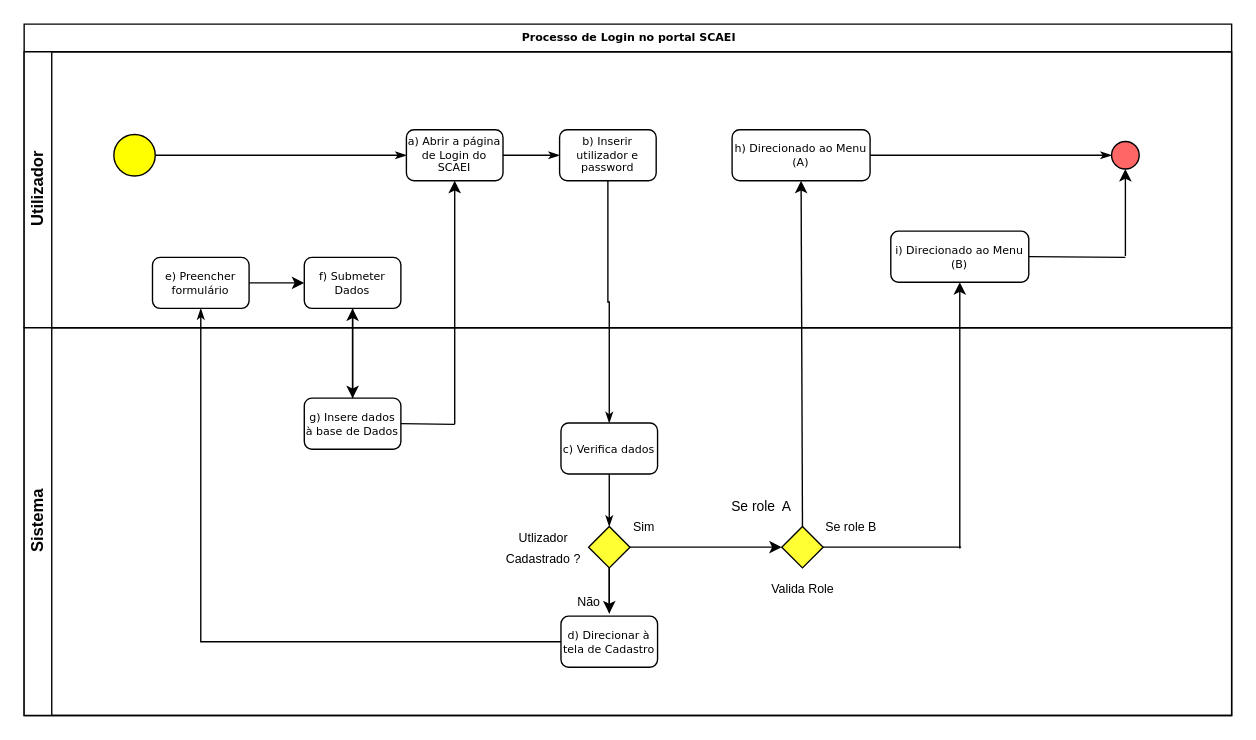
Earlier version of the draw.io diagram Images/Fluxo Login no portal SCAEI.drawio (Josemyr1993/JavaProject). Source tidied: cells renumbered, new cells numbered last; positions are measured from the earlier drawing's top-left corner, leaving out a move shared by most shapes. Both pictures are drawn from the tidied source at 138%, with x=0, y=0 at pixel (23, 23).
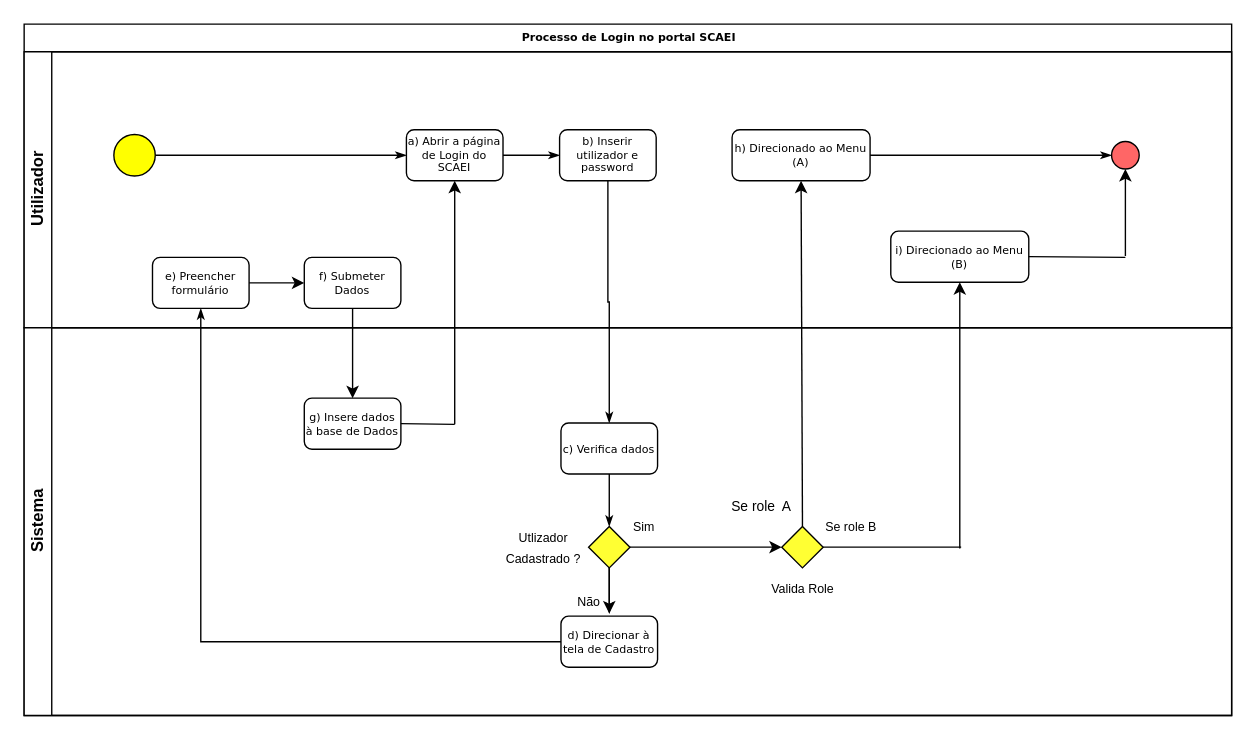
The same page after the edit.

Unchanged cells that the change refers to:
```xml
<mxCell id="2" value="Processo de Login no portal SCAEI" style="swimlane;html=1;horizontal=1;startSize=20;rounded=0;shadow=0;labelBackgroundColor=none;strokeWidth=1;fontFamily=Verdana;fontSize=8;align=center;" parent="1" vertex="1">
  <mxGeometry width="875" height="501" as="geometry" />
</mxCell>
<mxCell id="15" value="f) Submeter Dados" style="rounded=1;whiteSpace=wrap;html=1;shadow=0;labelBackgroundColor=none;strokeWidth=1;fontFamily=Verdana;fontSize=8;align=center;" parent="3" vertex="1">
  <mxGeometry x="203" y="149" width="70" height="37" as="geometry" />
</mxCell>
<mxCell id="36" value="g) Insere dados à base de Dados" style="rounded=1;whiteSpace=wrap;html=1;shadow=0;labelBackgroundColor=none;strokeWidth=1;fontFamily=Verdana;fontSize=8;align=center;" parent="20" vertex="1">
  <mxGeometry x="203" y="51" width="70" height="37" as="geometry" />
</mxCell>
```

Change to the diagram source:
```diff
@@
-    <mxCell id="37" style="edgeStyle=orthogonalEdgeStyle;rounded=0;jettySize=auto;html=1;" parent="2" edge="1" source="36" target="15">
-      <mxGeometry relative="1" as="geometry" />
-    </mxCell>
+    <mxCell id="45" style="endArrow=classic;html=1;rounded=0;exitX=0.5;exitY=1;exitDx=0;exitDy=0;entryX=0.5;entryY=0;entryDx=0;entryDy=0;" parent="2" edge="1" source="15" target="36">
+      <mxGeometry relative="1" as="geometry" />
+    </mxCell>
@@
-    <mxCell id="42" style="endArrow=classic;html=1;rounded=0;exitX=0.5;exitY=1;exitDx=0;exitDy=0;" parent="1" edge="1" source="15">
-      <mxGeometry relative="1" as="geometry">
-        <mxPoint x="238" y="271" as="targetPoint" />
-      </mxGeometry>
-    </mxCell>
```
